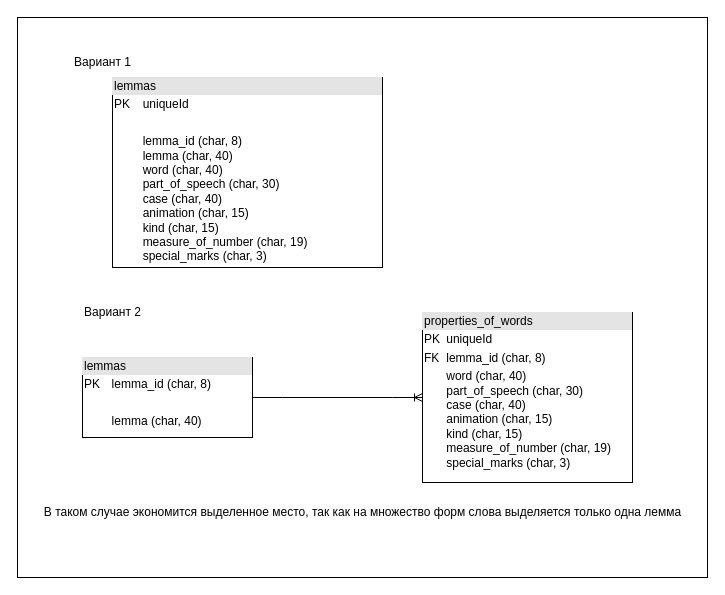
Above: Schema_Table.drawio in vdhudenkih/Diagrams (draw.io), before the change. Source tidied: cells renumbered, new cells numbered last; positions are measured from the earlier drawing's top-left corner, leaving out a move shared by most shapes. Both pictures are drawn from the tidied source at 100%, with x=0, y=0 at pixel (17, 17).
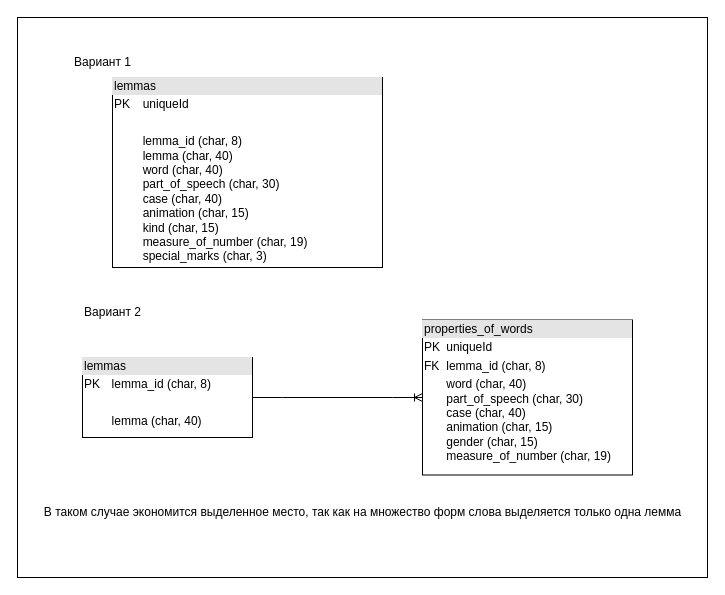
After the change.

Diff of the diagram source:
```diff
@@
 <mxGraphModel>
   <root>
     <mxCell id="0" />
     <mxCell id="1" parent="0" />
     <mxCell id="2" style="rounded=0;whiteSpace=wrap;html=1;" parent="1" vertex="1">
       <mxGeometry width="690" height="560" as="geometry" />
     </mxCell>
     <mxCell id="3" value="&lt;div style=&quot;box-sizing: border-box; width: 100%; background: rgb(228, 228, 228); padding: 2px;&quot;&gt;lemmas&lt;/div&gt;&lt;table style=&quot;width:100%;font-size:1em;&quot; cellpadding=&quot;2&quot; cellspacing=&quot;0&quot;&gt;&lt;tbody&gt;&lt;tr&gt;&lt;td&gt;PK&lt;/td&gt;&lt;td&gt;uniqueId&amp;nbsp;&lt;/td&gt;&lt;/tr&gt;&lt;tr&gt;&lt;td&gt;&lt;br&gt;&lt;/td&gt;&lt;td&gt;&lt;br&gt;&lt;/td&gt;&lt;/tr&gt;&lt;tr&gt;&lt;td&gt;&lt;/td&gt;&lt;td&gt;lemma_id (char, 8)&lt;br&gt;lemma (char, 40)&lt;br&gt;word (char, 40)&lt;br&gt;part_of_speech (char, 30)&lt;br&gt;case (char, 40)&lt;br&gt;animation (char, 15)&lt;br&gt;kind (char, 15)&lt;br&gt;measure_of_number (char, 19)&lt;br&gt;special_marks (char, 3)&lt;/td&gt;&lt;/tr&gt;&lt;/tbody&gt;&lt;/table&gt;" style="verticalAlign=top;align=left;overflow=fill;html=1;whiteSpace=wrap;" parent="1" vertex="1">
       <mxGeometry x="95" y="60" width="270" height="190" as="geometry" />
     </mxCell>
     <mxCell id="4" style="shape=tableRow;horizontal=0;startSize=0;swimlaneHead=0;swimlaneBody=0;fillColor=none;top=0;left=0;right=0;bottom=0;" parent="1" vertex="1">
       <mxGeometry x="125" y="490" width="180" height="35" as="geometry" />
     </mxCell>
     <mxCell id="5" style="shape=partialRectangle;fillColor=none;top=0;left=0;bottom=0;right=0;overflow=hidden;whiteSpace=wrap;html=1;" parent="4" vertex="1">
       <mxGeometry width="30" height="35" as="geometry" />
     </mxCell>
     <mxCell id="6" value="Вариант 1" style="text;html=1;align=center;verticalAlign=middle;strokeColor=none;fillColor=none;" parent="1" vertex="1">
       <mxGeometry x="45" y="30" width="80" height="30" as="geometry" />
     </mxCell>
     <mxCell id="7" value="Вариант 2" style="text;html=1;align=center;verticalAlign=middle;strokeColor=none;fillColor=none;" parent="1" vertex="1">
       <mxGeometry x="55" y="280" width="80" height="30" as="geometry" />
     </mxCell>
-    <mxCell id="8" value="&lt;div style=&quot;box-sizing: border-box; width: 100%; background: rgb(228, 228, 228); padding: 2px;&quot;&gt;properties_of_words&lt;/div&gt;&lt;table style=&quot;width:100%;font-size:1em;&quot; cellpadding=&quot;2&quot; cellspacing=&quot;0&quot;&gt;&lt;tbody&gt;&lt;tr&gt;&lt;td&gt;PK&lt;/td&gt;&lt;td&gt;uniqueId&amp;nbsp;&lt;/td&gt;&lt;/tr&gt;&lt;tr&gt;&lt;td&gt;FK&lt;/td&gt;&lt;td&gt;lemma_id (char, 8)&lt;/td&gt;&lt;/tr&gt;&lt;tr&gt;&lt;td&gt;&lt;/td&gt;&lt;td&gt;word (char, 40)&lt;br&gt;part_of_speech (char, 30)&lt;br&gt;case (char, 40)&lt;br&gt;animation (char, 15)&lt;br&gt;kind (char, 15)&lt;br&gt;measure_of_number (char, 19)&lt;br&gt;special_marks (char, 3)&lt;/td&gt;&lt;/tr&gt;&lt;/tbody&gt;&lt;/table&gt;" style="verticalAlign=top;align=left;overflow=fill;html=1;whiteSpace=wrap;" parent="1" vertex="1">
-      <mxGeometry x="405" y="295" width="210" height="170" as="geometry" />
+    <mxCell id="8" value="&lt;div style=&quot;box-sizing: border-box; width: 100%; background: rgb(228, 228, 228); padding: 2px;&quot;&gt;properties_of_words&lt;/div&gt;&lt;table style=&quot;width:100%;font-size:1em;&quot; cellpadding=&quot;2&quot; cellspacing=&quot;0&quot;&gt;&lt;tbody&gt;&lt;tr&gt;&lt;td&gt;PK&lt;/td&gt;&lt;td&gt;uniqueId&amp;nbsp;&lt;/td&gt;&lt;/tr&gt;&lt;tr&gt;&lt;td&gt;FK&lt;/td&gt;&lt;td&gt;lemma_id (char, 8)&lt;/td&gt;&lt;/tr&gt;&lt;tr&gt;&lt;td&gt;&lt;/td&gt;&lt;td&gt;word (char, 40)&lt;br&gt;part_of_speech (char, 30)&lt;br&gt;case (char, 40)&lt;br&gt;animation (char, 15)&lt;br&gt;gender (char, 15)&lt;br&gt;measure_of_number (char, 19)&lt;br&gt;&lt;/td&gt;&lt;/tr&gt;&lt;/tbody&gt;&lt;/table&gt;" style="verticalAlign=top;align=left;overflow=fill;html=1;whiteSpace=wrap;" parent="1" vertex="1">
+      <mxGeometry x="405" y="302.5" width="210" height="155" as="geometry" />
     </mxCell>
     <mxCell id="9" value="&lt;div style=&quot;box-sizing: border-box; width: 100%; background: rgb(228, 228, 228); padding: 2px;&quot;&gt;lemmas&lt;/div&gt;&lt;table style=&quot;width:100%;font-size:1em;&quot; cellpadding=&quot;2&quot; cellspacing=&quot;0&quot;&gt;&lt;tbody&gt;&lt;tr&gt;&lt;td&gt;PK&lt;/td&gt;&lt;td&gt;lemma_id (char, 8)&lt;/td&gt;&lt;/tr&gt;&lt;tr&gt;&lt;td&gt;&lt;br&gt;&lt;/td&gt;&lt;td&gt;&lt;br&gt;&lt;/td&gt;&lt;/tr&gt;&lt;tr&gt;&lt;td&gt;&lt;/td&gt;&lt;td&gt;lemma (char, 40)&lt;br&gt;&lt;/td&gt;&lt;/tr&gt;&lt;/tbody&gt;&lt;/table&gt;" style="verticalAlign=top;align=left;overflow=fill;html=1;whiteSpace=wrap;" parent="1" vertex="1">
       <mxGeometry x="65" y="340" width="170" height="80" as="geometry" />
     </mxCell>
     <mxCell id="10" style="edgeStyle=entityRelationEdgeStyle;fontSize=12;html=1;endArrow=ERoneToMany;rounded=0;exitX=1;exitY=0.5;exitDx=0;exitDy=0;entryX=0;entryY=0.5;entryDx=0;entryDy=0;" parent="1" edge="1" source="9" target="8">
       <mxGeometry relative="1" as="geometry" />
     </mxCell>
     <mxCell id="11" value="В таком случае экономится выделенное место, так как на множество форм слова выделяется только одна лемма" style="text;html=1;align=center;verticalAlign=middle;strokeColor=none;fillColor=none;" parent="1" vertex="1">
       <mxGeometry x="15" y="480" width="660" height="30" as="geometry" />
     </mxCell>
   </root>
 </mxGraphModel>
```
